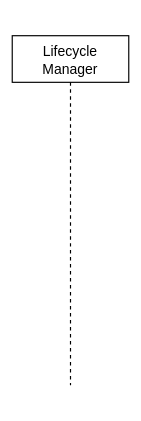
Above: ROS2机器人基础框架/Step4-node.svg in HashWaney/ROS_Document (draw.io), before the change. Source tidied: cells renumbered, new cells last; positions are measured from the earlier drawing's top-left corner, leaving out a move shared by most shapes.
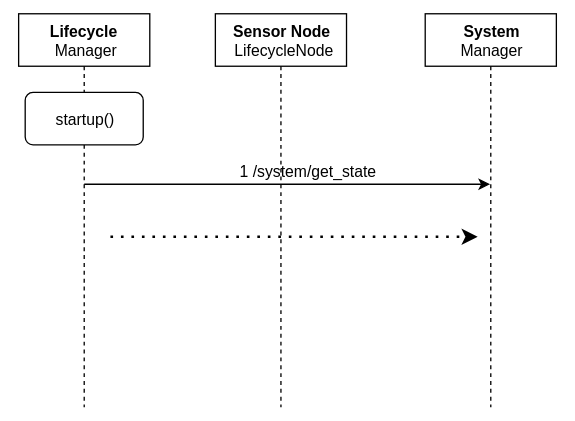
The same file after the commit.

Commit message:
vault backup: 2026-11-25 16:54:00

Diff of the diagram source:
```diff
@@ -2,8 +2,33 @@
   <root>
     <mxCell id="0" />
     <mxCell id="1" parent="0" />
-    <mxCell id="2" value="Lifecycle&lt;br&gt;Manager" style="shape=umlLifeline;perimeter=lifelinePerimeter;whiteSpace=wrap;html=1;newEdgeStyle={&quot;curved&quot;:0,&quot;rounded&quot;:0};" parent="1" vertex="1">
+    <mxCell id="2" value="&lt;b&gt;Lifecycle&lt;/b&gt;&lt;br&gt;&amp;nbsp;Manager" style="shape=umlLifeline;perimeter=lifelinePerimeter;whiteSpace=wrap;html=1;newEdgeStyle={&quot;curved&quot;:0,&quot;rounded&quot;:0};" parent="1" vertex="1">
       <mxGeometry width="100" height="300" as="geometry" />
     </mxCell>
+    <mxCell id="3" value="&lt;b&gt;Sensor Node&lt;/b&gt;&lt;br&gt;&amp;nbsp;LifecycleNode" style="shape=umlLifeline;perimeter=lifelinePerimeter;whiteSpace=wrap;html=1;newEdgeStyle={&quot;curved&quot;:0,&quot;rounded&quot;:0};" parent="1" vertex="1">
+      <mxGeometry x="150" width="100" height="300" as="geometry" />
+    </mxCell>
+    <mxCell id="4" value="&lt;b&gt;System&lt;/b&gt;&lt;br&gt;Manager" style="shape=umlLifeline;perimeter=lifelinePerimeter;whiteSpace=wrap;html=1;outlineConnect=0;portConstraint=eastwest;newEdgeStyle={&quot;curved&quot;:0,&quot;rounded&quot;:0};" parent="1" vertex="1">
+      <mxGeometry x="310" width="100" height="300" as="geometry" />
+    </mxCell>
+    <mxCell id="5" value="startup()" style="rounded=1;whiteSpace=wrap;html=1;" parent="1" vertex="1">
+      <mxGeometry x="5" y="60" width="90" height="40" as="geometry" />
+    </mxCell>
+    <mxCell id="6" style="endArrow=classic;html=1;" parent="1" edge="1" target="4">
+      <mxGeometry relative="1" as="geometry">
+        <mxPoint x="50" y="130" as="sourcePoint" />
+      </mxGeometry>
+    </mxCell>
+    <object id="7" label="1 /system/get_state&lt;br&gt;" name="Variable" placeholders="1">
+      <mxCell style="text;html=1;strokeColor=none;fillColor=none;align=center;verticalAlign=middle;whiteSpace=wrap;overflow=hidden;" parent="1" vertex="1">
+        <mxGeometry x="150" y="110" width="140" height="20" as="geometry" />
+      </mxCell>
+    </object>
+    <mxCell id="8" style="endArrow=classic;dashed=1;html=1;dashPattern=1 3;strokeWidth=2;" parent="1" edge="1">
+      <mxGeometry relative="1" as="geometry">
+        <mxPoint x="70" y="170" as="sourcePoint" />
+        <mxPoint x="350" y="170" as="targetPoint" />
+      </mxGeometry>
+    </mxCell>
   </root>
 </mxGraphModel>
```
